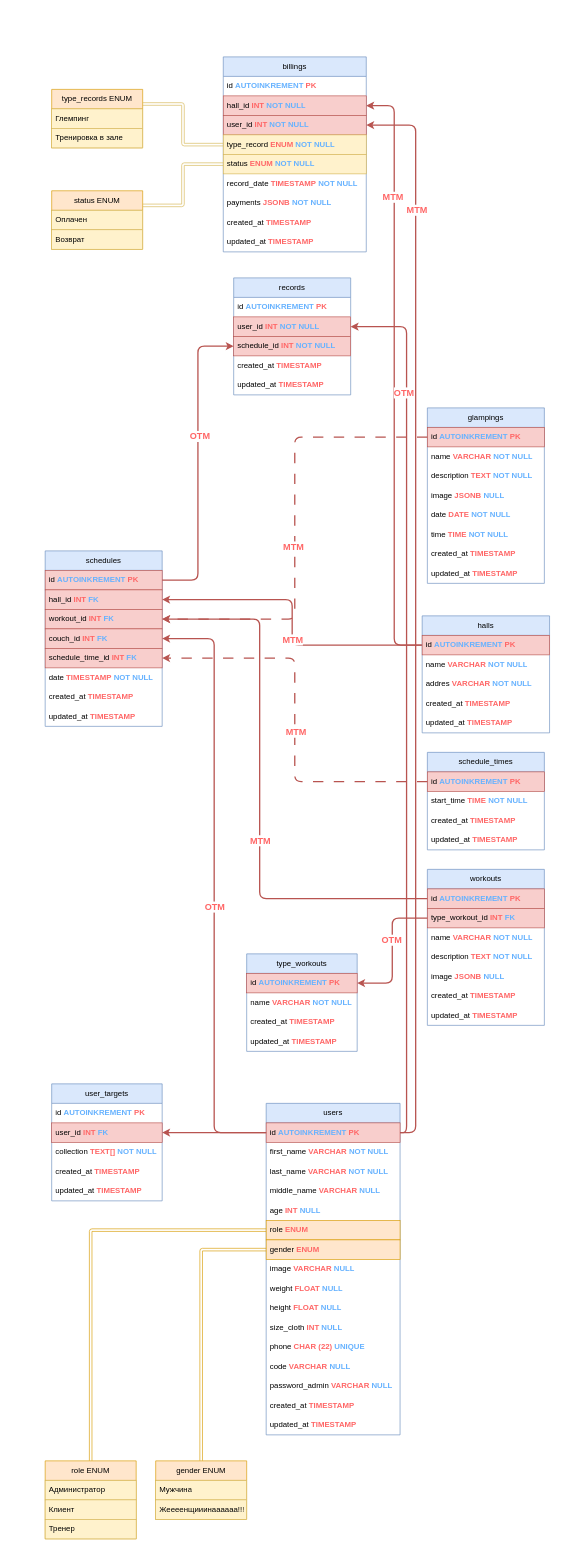
RemoteTechnology/JalurAdmin keeps this draw.io diagram as page "Database" (1 of 2) of docs/schema.drawio. Above is the earlier version. Source tidied: cells renumbered, new cells numbered last; positions are measured from the earlier drawing's top-left corner, leaving out a move shared by most shapes. Both pictures are drawn from the tidied source at 65%, with x=0, y=0 at pixel (45, 57).
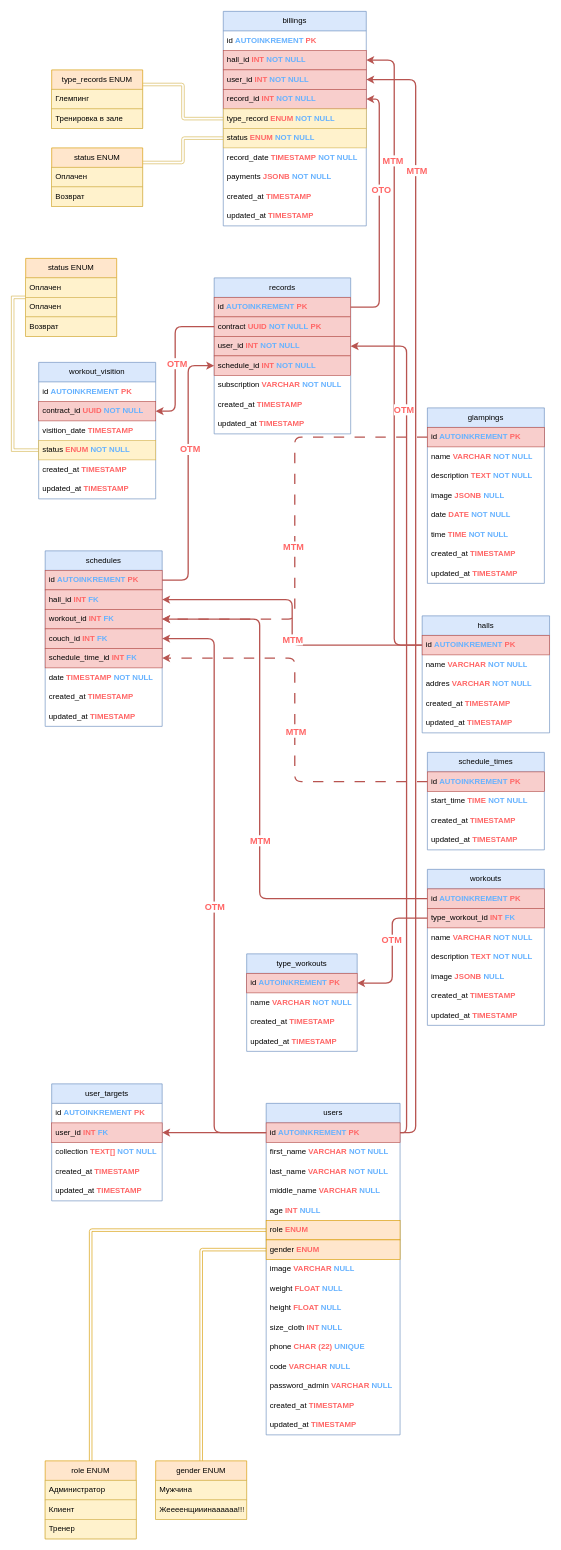
The same page after the edit.

The change refers to these unchanged cells:
```xml
<mxCell id="3" value="id &lt;b&gt;&lt;font color=&quot;#66b2ff&quot;&gt;AUTOINKREMENT&lt;/font&gt;&lt;/b&gt; &lt;b&gt;&lt;font color=&quot;#ff6666&quot;&gt;PK&lt;/font&gt;&lt;/b&gt;" style="text;strokeColor=#b85450;fillColor=#f8cecc;align=left;verticalAlign=middle;spacingLeft=4;spacingRight=4;overflow=hidden;points=[[0,0.5],[1,0.5]];portConstraint=eastwest;whiteSpace=wrap;html=1;" parent="2" vertex="1">
  <mxGeometry y="30" width="206" height="30" as="geometry" />
</mxCell>
<mxCell id="104" value="user_id&amp;nbsp;&lt;b style=&quot;border-color: var(--border-color);&quot;&gt;&lt;font style=&quot;border-color: var(--border-color);&quot; color=&quot;#ff6666&quot;&gt;INT&lt;/font&gt;&lt;/b&gt;&amp;nbsp;&lt;b style=&quot;border-color: var(--border-color);&quot;&gt;&lt;font style=&quot;border-color: var(--border-color);&quot; color=&quot;#66b2ff&quot;&gt;NOT NULL&lt;/font&gt;&lt;/b&gt;" style="text;align=left;verticalAlign=middle;spacingLeft=4;spacingRight=4;overflow=hidden;points=[[0,0.5],[1,0.5]];portConstraint=eastwest;whiteSpace=wrap;html=1;fillColor=#f8cecc;strokeColor=#b85450;" parent="101" vertex="1">
  <mxGeometry y="90" width="220" height="30" as="geometry" />
</mxCell>
```

Diff of the diagram source:
```diff
@@
     <mxCell id="84" value="records" style="swimlane;fontStyle=0;horizontal=1;startSize=30;whiteSpace=wrap;html=1;fillColor=#dae8fc;strokeColor=#6c8ebf;" parent="1" vertex="1">
-      <mxGeometry x="290" y="340" width="180" height="180" as="geometry" />
+      <mxGeometry x="260" y="340" width="210" height="240" as="geometry" />
     </mxCell>
-    <mxCell id="85" value="id&amp;nbsp;&lt;b style=&quot;border-color: var(--border-color);&quot;&gt;&lt;font style=&quot;border-color: var(--border-color);&quot; color=&quot;#66b2ff&quot;&gt;AUTOINKREMENT&lt;/font&gt;&lt;/b&gt;&amp;nbsp;&lt;b style=&quot;border-color: var(--border-color);&quot;&gt;&lt;font style=&quot;border-color: var(--border-color);&quot; color=&quot;#ff6666&quot;&gt;PK&lt;/font&gt;&lt;/b&gt;" style="text;align=left;verticalAlign=middle;spacingLeft=4;spacingRight=4;overflow=hidden;points=[[0,0.5],[1,0.5]];portConstraint=eastwest;whiteSpace=wrap;html=1;" parent="84" vertex="1">
-      <mxGeometry y="30" width="180" height="30" as="geometry" />
+    <mxCell id="85" value="id&amp;nbsp;&lt;b style=&quot;border-color: var(--border-color);&quot;&gt;&lt;font style=&quot;border-color: var(--border-color);&quot; color=&quot;#66b2ff&quot;&gt;AUTOINKREMENT&lt;/font&gt;&lt;/b&gt;&amp;nbsp;&lt;b style=&quot;border-color: var(--border-color);&quot;&gt;&lt;font style=&quot;border-color: var(--border-color);&quot; color=&quot;#ff6666&quot;&gt;PK&lt;/font&gt;&lt;/b&gt;" style="text;align=left;verticalAlign=middle;spacingLeft=4;spacingRight=4;overflow=hidden;points=[[0,0.5],[1,0.5]];portConstraint=eastwest;whiteSpace=wrap;html=1;fillColor=#f8cecc;strokeColor=#b85450;" parent="84" vertex="1">
+      <mxGeometry y="30" width="210" height="30" as="geometry" />
     </mxCell>
+    <mxCell id="121" value="contract&amp;nbsp;&lt;b&gt;&lt;font color=&quot;#ff6666&quot;&gt;UUID&lt;/font&gt;&lt;/b&gt;&amp;nbsp;&lt;b&gt;&lt;font color=&quot;#66b2ff&quot;&gt;NOT NULL&amp;nbsp;&lt;/font&gt;&lt;/b&gt;&lt;b style=&quot;border-color: var(--border-color);&quot;&gt;&lt;font style=&quot;border-color: var(--border-color);&quot; color=&quot;#ff6666&quot;&gt;PK&lt;/font&gt;&lt;/b&gt;" style="text;strokeColor=#b85450;fillColor=#f8cecc;align=left;verticalAlign=middle;spacingLeft=4;spacingRight=4;overflow=hidden;points=[[0,0.5],[1,0.5]];portConstraint=eastwest;whiteSpace=wrap;html=1;" parent="84" vertex="1">
+      <mxGeometry y="60" width="210" height="30" as="geometry" />
+    </mxCell>
     <mxCell id="86" value="user_id &lt;b&gt;&lt;font color=&quot;#ff6666&quot;&gt;INT&lt;/font&gt;&lt;/b&gt; &lt;b&gt;&lt;font color=&quot;#66b2ff&quot;&gt;NOT NULL&lt;/font&gt;&lt;/b&gt;" style="text;strokeColor=#b85450;fillColor=#f8cecc;align=left;verticalAlign=middle;spacingLeft=4;spacingRight=4;overflow=hidden;points=[[0,0.5],[1,0.5]];portConstraint=eastwest;whiteSpace=wrap;html=1;" parent="84" vertex="1">
-      <mxGeometry y="60" width="180" height="30" as="geometry" />
+      <mxGeometry y="90" width="210" height="30" as="geometry" />
     </mxCell>
     <mxCell id="87" value="schedule_id&amp;nbsp;&lt;b style=&quot;border-color: var(--border-color);&quot;&gt;&lt;font style=&quot;border-color: var(--border-color);&quot; color=&quot;#ff6666&quot;&gt;INT&lt;/font&gt;&lt;/b&gt;&amp;nbsp;&lt;b style=&quot;border-color: var(--border-color);&quot;&gt;&lt;font style=&quot;border-color: var(--border-color);&quot; color=&quot;#66b2ff&quot;&gt;NOT NULL&lt;/font&gt;&lt;/b&gt;" style="text;strokeColor=#b85450;fillColor=#f8cecc;align=left;verticalAlign=middle;spacingLeft=4;spacingRight=4;overflow=hidden;points=[[0,0.5],[1,0.5]];portConstraint=eastwest;whiteSpace=wrap;html=1;" parent="84" vertex="1">
-      <mxGeometry y="90" width="180" height="30" as="geometry" />
+      <mxGeometry y="120" width="210" height="30" as="geometry" />
     </mxCell>
+    <mxCell id="122" value="subscription&amp;nbsp;&lt;b style=&quot;border-color: var(--border-color);&quot;&gt;&lt;font style=&quot;border-color: var(--border-color);&quot; color=&quot;#ff6666&quot;&gt;VARCHAR&amp;nbsp;&lt;/font&gt;&lt;/b&gt;&lt;b style=&quot;border-color: var(--border-color);&quot;&gt;&lt;font style=&quot;border-color: var(--border-color);&quot; color=&quot;#66b2ff&quot;&gt;NOT NULL&lt;/font&gt;&lt;/b&gt;" style="text;strokeColor=none;fillColor=none;align=left;verticalAlign=middle;spacingLeft=4;spacingRight=4;overflow=hidden;whiteSpace=wrap;html=1;" parent="84" vertex="1">
+      <mxGeometry y="150" width="210" height="30" as="geometry" />
+    </mxCell>
     <mxCell id="88" value="created_at&amp;nbsp;&lt;b style=&quot;border-color: var(--border-color);&quot;&gt;&lt;font style=&quot;border-color: var(--border-color);&quot; color=&quot;#ff6666&quot;&gt;TIMESTAMP&lt;/font&gt;&lt;/b&gt;" style="text;strokeColor=none;fillColor=none;align=left;verticalAlign=middle;spacingLeft=4;spacingRight=4;overflow=hidden;whiteSpace=wrap;html=1;" parent="84" vertex="1">
-      <mxGeometry y="120" width="180" height="30" as="geometry" />
+      <mxGeometry y="180" width="210" height="30" as="geometry" />
     </mxCell>
     <mxCell id="89" value="updated_at&amp;nbsp;&lt;b style=&quot;border-color: var(--border-color);&quot;&gt;&lt;font style=&quot;border-color: var(--border-color);&quot; color=&quot;#ff6666&quot;&gt;TIMESTAMP&lt;/font&gt;&lt;/b&gt;" style="text;strokeColor=none;fillColor=none;align=left;verticalAlign=middle;spacingLeft=4;spacingRight=4;overflow=hidden;whiteSpace=wrap;html=1;" parent="84" vertex="1">
-      <mxGeometry y="150" width="180" height="30" as="geometry" />
+      <mxGeometry y="210" width="210" height="30" as="geometry" />
     </mxCell>
@@
     <mxCell id="101" value="billings" style="swimlane;fontStyle=0;horizontal=1;startSize=30;whiteSpace=wrap;html=1;fillColor=#dae8fc;strokeColor=#6c8ebf;" parent="1" vertex="1">
-      <mxGeometry x="274" width="220" height="300" as="geometry" />
+      <mxGeometry x="274" y="-70" width="220" height="330" as="geometry" />
     </mxCell>
@@
+    <mxCell id="123" value="record_id&amp;nbsp;&lt;b style=&quot;border-color: var(--border-color);&quot;&gt;&lt;font style=&quot;border-color: var(--border-color);&quot; color=&quot;#ff6666&quot;&gt;INT&lt;/font&gt;&lt;/b&gt;&amp;nbsp;&lt;b style=&quot;border-color: var(--border-color);&quot;&gt;&lt;font style=&quot;border-color: var(--border-color);&quot; color=&quot;#66b2ff&quot;&gt;NOT NULL&lt;/font&gt;&lt;/b&gt;" style="text;align=left;verticalAlign=middle;spacingLeft=4;spacingRight=4;overflow=hidden;points=[[0,0.5],[1,0.5]];portConstraint=eastwest;whiteSpace=wrap;html=1;fillColor=#f8cecc;strokeColor=#b85450;" parent="101" vertex="1">
+      <mxGeometry y="120" width="220" height="30" as="geometry" />
+    </mxCell>
     <mxCell id="105" value="type_record&amp;nbsp;&lt;b style=&quot;border-color: var(--border-color);&quot;&gt;&lt;font style=&quot;border-color: var(--border-color);&quot; color=&quot;#ff6666&quot;&gt;ENUM&lt;/font&gt;&lt;/b&gt;&amp;nbsp;&lt;b style=&quot;border-color: var(--border-color);&quot;&gt;&lt;font style=&quot;border-color: var(--border-color);&quot; color=&quot;#66b2ff&quot;&gt;NOT NULL&lt;/font&gt;&lt;/b&gt;" style="text;align=left;verticalAlign=middle;spacingLeft=4;spacingRight=4;overflow=hidden;points=[[0,0.5],[1,0.5]];portConstraint=eastwest;whiteSpace=wrap;html=1;fillColor=#fff2cc;strokeColor=#d6b656;" parent="101" vertex="1">
-      <mxGeometry y="120" width="220" height="30" as="geometry" />
+      <mxGeometry y="150" width="220" height="30" as="geometry" />
     </mxCell>
     <mxCell id="106" value="status&amp;nbsp;&lt;b style=&quot;border-color: var(--border-color);&quot;&gt;&lt;font style=&quot;border-color: var(--border-color);&quot; color=&quot;#ff6666&quot;&gt;ENUM&lt;/font&gt;&lt;/b&gt;&amp;nbsp;&lt;b style=&quot;border-color: var(--border-color);&quot;&gt;&lt;font style=&quot;border-color: var(--border-color);&quot; color=&quot;#66b2ff&quot;&gt;NOT NULL&lt;/font&gt;&lt;/b&gt;" style="text;align=left;verticalAlign=middle;spacingLeft=4;spacingRight=4;overflow=hidden;points=[[0,0.5],[1,0.5]];portConstraint=eastwest;whiteSpace=wrap;html=1;fillColor=#fff2cc;strokeColor=#d6b656;" parent="101" vertex="1">
-      <mxGeometry y="150" width="220" height="30" as="geometry" />
+      <mxGeometry y="180" width="220" height="30" as="geometry" />
     </mxCell>
     <mxCell id="107" value="record_date&amp;nbsp;&lt;b style=&quot;border-color: var(--border-color);&quot;&gt;&lt;font style=&quot;border-color: var(--border-color);&quot; color=&quot;#ff6666&quot;&gt;TIMESTAMP&lt;/font&gt;&lt;/b&gt;&amp;nbsp;&lt;b style=&quot;border-color: var(--border-color);&quot;&gt;&lt;font style=&quot;border-color: var(--border-color);&quot; color=&quot;#66b2ff&quot;&gt;NOT NULL&lt;/font&gt;&lt;/b&gt;" style="text;align=left;verticalAlign=middle;spacingLeft=4;spacingRight=4;overflow=hidden;whiteSpace=wrap;html=1;" parent="101" vertex="1">
-      <mxGeometry y="180" width="220" height="30" as="geometry" />
+      <mxGeometry y="210" width="220" height="30" as="geometry" />
     </mxCell>
     <mxCell id="108" value="payments&amp;nbsp;&lt;font color=&quot;#ff6666&quot;&gt;&lt;b&gt;JSONB&lt;/b&gt;&lt;/font&gt;&amp;nbsp;&lt;b style=&quot;border-color: var(--border-color);&quot;&gt;&lt;font style=&quot;border-color: var(--border-color);&quot; color=&quot;#66b2ff&quot;&gt;NOT NULL&lt;/font&gt;&lt;/b&gt;" style="text;align=left;verticalAlign=middle;spacingLeft=4;spacingRight=4;overflow=hidden;whiteSpace=wrap;html=1;" parent="101" vertex="1">
-      <mxGeometry y="210" width="220" height="30" as="geometry" />
+      <mxGeometry y="240" width="220" height="30" as="geometry" />
     </mxCell>
     <mxCell id="109" value="created_at&amp;nbsp;&lt;b style=&quot;border-color: var(--border-color);&quot;&gt;&lt;font style=&quot;border-color: var(--border-color);&quot; color=&quot;#ff6666&quot;&gt;TIMESTAMP&lt;/font&gt;&lt;/b&gt;" style="text;strokeColor=none;fillColor=none;align=left;verticalAlign=middle;spacingLeft=4;spacingRight=4;overflow=hidden;whiteSpace=wrap;html=1;" parent="101" vertex="1">
-      <mxGeometry y="240" width="220" height="30" as="geometry" />
+      <mxGeometry y="270" width="220" height="30" as="geometry" />
     </mxCell>
     <mxCell id="110" value="updated_at&amp;nbsp;&lt;b style=&quot;border-color: var(--border-color);&quot;&gt;&lt;font style=&quot;border-color: var(--border-color);&quot; color=&quot;#ff6666&quot;&gt;TIMESTAMP&lt;/font&gt;&lt;/b&gt;" style="text;strokeColor=none;fillColor=none;align=left;verticalAlign=middle;spacingLeft=4;spacingRight=4;overflow=hidden;whiteSpace=wrap;html=1;" parent="101" vertex="1">
-      <mxGeometry y="270" width="220" height="30" as="geometry" />
+      <mxGeometry y="300" width="220" height="30" as="geometry" />
     </mxCell>
     <mxCell id="111" value="type_records ENUM" style="swimlane;fontStyle=0;horizontal=1;startSize=30;whiteSpace=wrap;html=1;fillColor=#ffe6cc;strokeColor=#d79b00;" parent="1" vertex="1">
-      <mxGeometry x="10" y="50" width="140" height="90" as="geometry" />
+      <mxGeometry x="10" y="20" width="140" height="90" as="geometry" />
     </mxCell>
@@
     <mxCell id="115" value="status ENUM" style="swimlane;fontStyle=0;horizontal=1;startSize=30;whiteSpace=wrap;html=1;fillColor=#ffe6cc;strokeColor=#d79b00;" parent="1" vertex="1">
-      <mxGeometry x="10" y="206" width="140" height="90" as="geometry" />
+      <mxGeometry x="10" y="140" width="140" height="90" as="geometry" />
     </mxCell>
@@
-    <mxCell id="119" style="edgeStyle=orthogonalEdgeStyle;html=1;exitX=1;exitY=0.5;exitDx=0;exitDy=0;fillColor=#f8cecc;strokeColor=#b85450;strokeWidth=2;" parent="1" edge="1" source="3" target="104">
+    <mxCell id="119" style="edgeStyle=orthogonalEdgeStyle;html=1;exitX=1;exitY=0.5;exitDx=0;exitDy=0;fillColor=#f8cecc;strokeColor=#b85450;strokeWidth=2;entryX=1;entryY=0.5;entryDx=0;entryDy=0;" parent="1" edge="1" source="3" target="104">
       <mxGeometry relative="1" as="geometry">
         <Array as="points">
           <mxPoint x="570" y="1655" />
-          <mxPoint x="570" y="105" />
+          <mxPoint x="570" y="35" />
         </Array>
       </mxGeometry>
     </mxCell>
@@
+    <mxCell id="124" value="workout_visition" style="swimlane;fontStyle=0;horizontal=1;startSize=30;whiteSpace=wrap;html=1;fillColor=#dae8fc;strokeColor=#6c8ebf;" parent="1" vertex="1">
+      <mxGeometry x="-10" y="470" width="180" height="210" as="geometry" />
+    </mxCell>
+    <mxCell id="125" value="id&amp;nbsp;&lt;b style=&quot;border-color: var(--border-color);&quot;&gt;&lt;font style=&quot;border-color: var(--border-color);&quot; color=&quot;#66b2ff&quot;&gt;AUTOINKREMENT&lt;/font&gt;&lt;/b&gt;&amp;nbsp;&lt;b style=&quot;border-color: var(--border-color);&quot;&gt;&lt;font style=&quot;border-color: var(--border-color);&quot; color=&quot;#ff6666&quot;&gt;PK&lt;/font&gt;&lt;/b&gt;" style="text;align=left;verticalAlign=middle;spacingLeft=4;spacingRight=4;overflow=hidden;whiteSpace=wrap;html=1;" parent="124" vertex="1">
+      <mxGeometry y="30" width="180" height="30" as="geometry" />
+    </mxCell>
+    <mxCell id="126" value="contract_id&amp;nbsp;&lt;b&gt;&lt;font color=&quot;#ff6666&quot;&gt;UUID&lt;/font&gt;&lt;/b&gt; &lt;b&gt;&lt;font color=&quot;#66b2ff&quot;&gt;NOT NULL&lt;/font&gt;&lt;/b&gt;" style="text;strokeColor=#b85450;fillColor=#f8cecc;align=left;verticalAlign=middle;spacingLeft=4;spacingRight=4;overflow=hidden;points=[[0,0.5],[1,0.5]];portConstraint=eastwest;whiteSpace=wrap;html=1;" parent="124" vertex="1">
+      <mxGeometry y="60" width="180" height="30" as="geometry" />
+    </mxCell>
+    <mxCell id="127" value="visition_date&amp;nbsp;&lt;b style=&quot;border-color: var(--border-color);&quot;&gt;&lt;font style=&quot;border-color: var(--border-color);&quot; color=&quot;#ff6666&quot;&gt;TIMESTAMP&lt;/font&gt;&lt;/b&gt;" style="text;strokeColor=none;fillColor=none;align=left;verticalAlign=middle;spacingLeft=4;spacingRight=4;overflow=hidden;whiteSpace=wrap;html=1;" parent="124" vertex="1">
+      <mxGeometry y="90" width="180" height="30" as="geometry" />
+    </mxCell>
+    <mxCell id="128" value="status&amp;nbsp;&lt;b style=&quot;border-color: var(--border-color);&quot;&gt;&lt;font style=&quot;border-color: var(--border-color);&quot; color=&quot;#ff6666&quot;&gt;ENUM&lt;/font&gt;&lt;/b&gt;&amp;nbsp;&lt;b style=&quot;border-color: var(--border-color);&quot;&gt;&lt;font style=&quot;border-color: var(--border-color);&quot; color=&quot;#66b2ff&quot;&gt;NOT NULL&lt;/font&gt;&lt;/b&gt;" style="text;strokeColor=#d6b656;fillColor=#fff2cc;align=left;verticalAlign=middle;spacingLeft=4;spacingRight=4;overflow=hidden;points=[[0,0.5],[1,0.5]];portConstraint=eastwest;whiteSpace=wrap;html=1;" parent="124" vertex="1">
+      <mxGeometry y="120" width="180" height="30" as="geometry" />
+    </mxCell>
+    <mxCell id="129" value="created_at&amp;nbsp;&lt;b style=&quot;border-color: var(--border-color);&quot;&gt;&lt;font style=&quot;border-color: var(--border-color);&quot; color=&quot;#ff6666&quot;&gt;TIMESTAMP&lt;/font&gt;&lt;/b&gt;" style="text;strokeColor=none;fillColor=none;align=left;verticalAlign=middle;spacingLeft=4;spacingRight=4;overflow=hidden;whiteSpace=wrap;html=1;" parent="124" vertex="1">
+      <mxGeometry y="150" width="180" height="30" as="geometry" />
+    </mxCell>
+    <mxCell id="130" value="updated_at&amp;nbsp;&lt;b style=&quot;border-color: var(--border-color);&quot;&gt;&lt;font style=&quot;border-color: var(--border-color);&quot; color=&quot;#ff6666&quot;&gt;TIMESTAMP&lt;/font&gt;&lt;/b&gt;" style="text;strokeColor=none;fillColor=none;align=left;verticalAlign=middle;spacingLeft=4;spacingRight=4;overflow=hidden;whiteSpace=wrap;html=1;" parent="124" vertex="1">
+      <mxGeometry y="180" width="180" height="30" as="geometry" />
+    </mxCell>
+    <mxCell id="131" style="edgeStyle=orthogonalEdgeStyle;rounded=1;jettySize=auto;html=1;exitX=0;exitY=0.5;exitDx=0;exitDy=0;entryX=1;entryY=0.5;entryDx=0;entryDy=0;strokeWidth=2;fillColor=#f8cecc;strokeColor=#b85450;curved=0;" parent="1" edge="1" source="121" target="126">
+      <mxGeometry relative="1" as="geometry">
+        <Array as="points">
+          <mxPoint x="200" y="415" />
+          <mxPoint x="200" y="545" />
+        </Array>
+      </mxGeometry>
+    </mxCell>
+    <mxCell id="132" value="&lt;b&gt;&lt;font color=&quot;#ff6666&quot; style=&quot;font-size: 14px;&quot;&gt;OTM&lt;/font&gt;&lt;/b&gt;" style="edgeLabel;html=1;align=center;verticalAlign=middle;" parent="131" vertex="1">
+      <mxGeometry x="0.05" y="2" relative="1" as="geometry" />
+    </mxCell>
+    <mxCell id="133" style="edgeStyle=orthogonalEdgeStyle;rounded=0;jettySize=auto;html=1;exitX=0;exitY=0.5;exitDx=0;exitDy=0;fillColor=#fff2cc;strokeColor=#d6b656;shape=link;" parent="1" edge="1" source="134" target="128">
+      <mxGeometry relative="1" as="geometry" />
+    </mxCell>
+    <mxCell id="134" value="status ENUM" style="swimlane;fontStyle=0;horizontal=1;startSize=30;whiteSpace=wrap;html=1;fillColor=#ffe6cc;strokeColor=#d79b00;" parent="1" vertex="1">
+      <mxGeometry x="-30" y="310" width="140" height="120" as="geometry" />
+    </mxCell>
+    <mxCell id="135" value="Оплачен" style="text;strokeColor=#d6b656;fillColor=#fff2cc;align=left;verticalAlign=middle;spacingLeft=4;spacingRight=4;overflow=hidden;whiteSpace=wrap;html=1;" parent="134" vertex="1">
+      <mxGeometry y="30" width="140" height="30" as="geometry" />
+    </mxCell>
+    <mxCell id="136" value="Оплачен" style="text;strokeColor=#d6b656;fillColor=#fff2cc;align=left;verticalAlign=middle;spacingLeft=4;spacingRight=4;overflow=hidden;whiteSpace=wrap;html=1;" parent="134" vertex="1">
+      <mxGeometry y="60" width="140" height="30" as="geometry" />
+    </mxCell>
+    <mxCell id="137" value="Возврат" style="text;strokeColor=#d6b656;fillColor=#fff2cc;align=left;verticalAlign=middle;spacingLeft=4;spacingRight=4;overflow=hidden;whiteSpace=wrap;html=1;" parent="134" vertex="1">
+      <mxGeometry y="90" width="140" height="30" as="geometry" />
+    </mxCell>
+    <mxCell id="138" style="edgeStyle=orthogonalEdgeStyle;rounded=1;jettySize=auto;html=1;exitX=1;exitY=0.5;exitDx=0;exitDy=0;entryX=1;entryY=0.5;entryDx=0;entryDy=0;fillColor=#f8cecc;strokeColor=#b85450;curved=0;strokeWidth=2;" parent="1" edge="1" source="85" target="123">
+      <mxGeometry relative="1" as="geometry" />
+    </mxCell>
+    <mxCell id="139" value="&lt;b&gt;&lt;font color=&quot;#ff6666&quot; style=&quot;font-size: 14px;&quot;&gt;OTO&lt;/font&gt;&lt;/b&gt;" style="edgeLabel;html=1;align=center;verticalAlign=middle;" parent="138" vertex="1">
+      <mxGeometry x="0.17" y="-2" relative="1" as="geometry" />
+    </mxCell>
```
